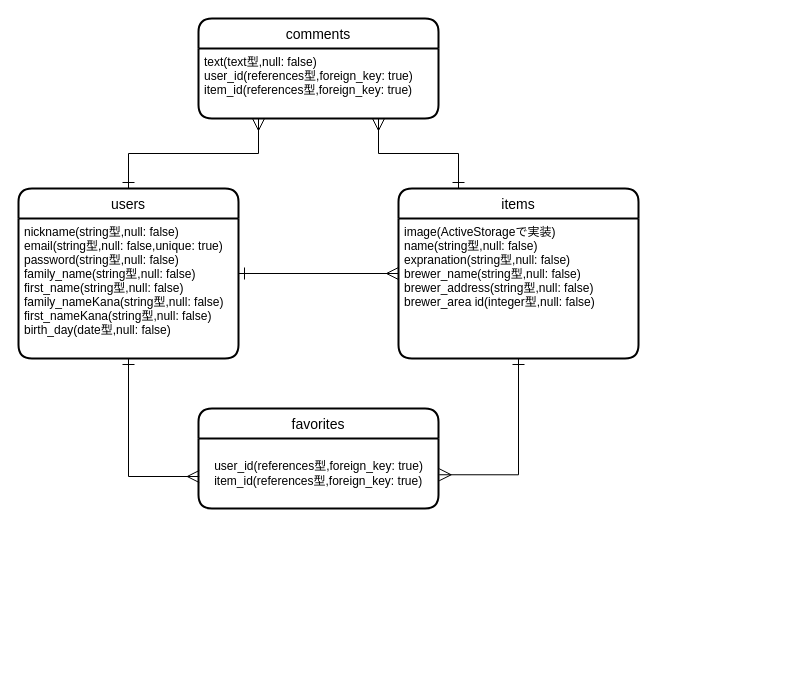
The draw.io diagram er.dio in Nock32/sakelike, before the edit. Source tidied: cells renumbered, new cells numbered last; positions are measured from the earlier drawing's top-left corner, leaving out a move shared by most shapes. Both pictures are drawn from the tidied source at 100%, with x=0, y=0 at pixel (18, 18).
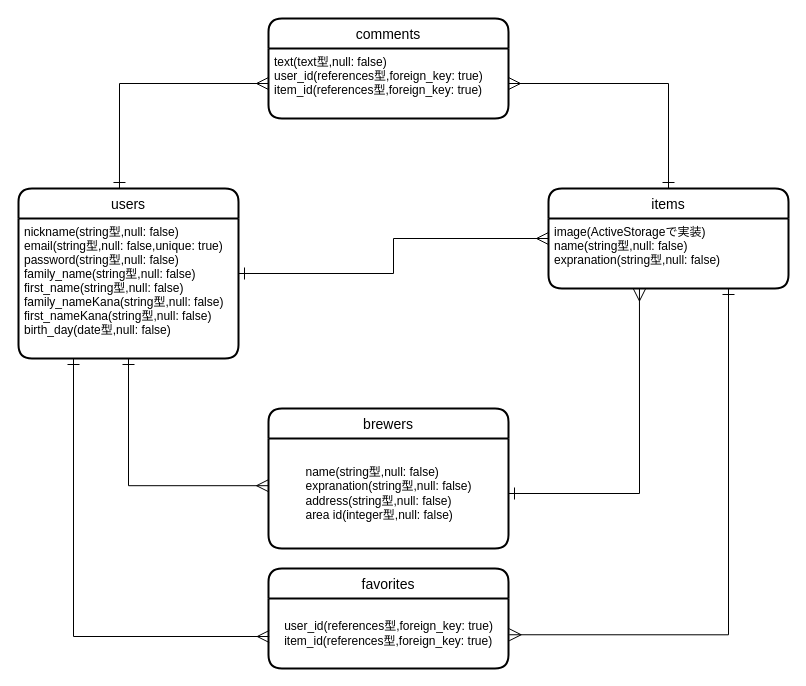
After the change.

What changed in the source:
```diff
@@
 <mxGraphModel>
   <root>
     <mxCell id="0" />
     <mxCell id="1" parent="0" />
-    <mxCell id="2" style="edgeStyle=orthogonalEdgeStyle;rounded=0;jettySize=auto;html=1;entryX=0.003;entryY=0.543;entryDx=0;entryDy=0;entryPerimeter=0;startArrow=ERone;startFill=0;endArrow=ERmany;endFill=0;endSize=10;startSize=10;" parent="1" edge="1" source="5" target="13">
+    <mxCell id="2" style="edgeStyle=orthogonalEdgeStyle;rounded=0;jettySize=auto;html=1;entryX=0.003;entryY=0.543;entryDx=0;entryDy=0;entryPerimeter=0;startArrow=ERone;startFill=0;endArrow=ERmany;endFill=0;endSize=10;startSize=10;exitX=0.25;exitY=1;exitDx=0;exitDy=0;" parent="1" edge="1" source="6" target="13">
       <mxGeometry relative="1" as="geometry" />
     </mxCell>
-    <mxCell id="3" style="edgeStyle=orthogonalEdgeStyle;rounded=0;jettySize=auto;html=1;entryX=0.25;entryY=1;entryDx=0;entryDy=0;startArrow=ERone;startFill=0;endArrow=ERmany;endFill=0;strokeWidth=1;endSize=10;startSize=10;" parent="1" edge="1" source="5" target="10">
+    <mxCell id="3" style="edgeStyle=orthogonalEdgeStyle;rounded=0;jettySize=auto;html=1;entryX=0;entryY=0.5;entryDx=0;entryDy=0;startArrow=ERone;startFill=0;endArrow=ERmany;endFill=0;strokeWidth=1;endSize=10;startSize=10;exitX=0.459;exitY=0;exitDx=0;exitDy=0;exitPerimeter=0;" parent="1" edge="1" source="5" target="10">
       <mxGeometry relative="1" as="geometry" />
     </mxCell>
     <mxCell id="4" style="edgeStyle=orthogonalEdgeStyle;rounded=0;jettySize=auto;html=1;entryX=0;entryY=0.5;entryDx=0;entryDy=0;startArrow=ERone;startFill=0;startSize=10;endArrow=ERmany;endFill=0;endSize=10;strokeWidth=1;" parent="1" edge="1" source="5" target="7">
       <mxGeometry relative="1" as="geometry" />
     </mxCell>
     <mxCell id="5" value="users" style="swimlane;horizontal=1;startSize=30;rounded=1;fontSize=14;fontStyle=0;strokeWidth=2;shadow=0;dashed=0;align=center;" parent="1" vertex="1">
       <mxGeometry y="170" width="220" height="170" as="geometry" />
     </mxCell>
     <mxCell id="6" value="nickname(string型,null: false)&#10;email(string型,null: false,unique: true)&#10;password(string型,null: false)&#10;family_name(string型,null: false)&#10;first_name(string型,null: false)&#10;family_nameKana(string型,null: false)&#10;first_nameKana(string型,null: false)&#10;birth_day(date型,null: false)&#10;" style="align=left;strokeColor=none;fillColor=none;spacingLeft=4;fontSize=12;verticalAlign=top;" parent="5" vertex="1">
       <mxGeometry y="30" width="220" height="140" as="geometry" />
     </mxCell>
     <mxCell id="7" value="items" style="swimlane;horizontal=1;startSize=30;rounded=1;fontSize=14;fontStyle=0;strokeWidth=2;shadow=0;dashed=0;align=center;" parent="1" vertex="1">
-      <mxGeometry x="380" y="170" width="240" height="170" as="geometry" />
+      <mxGeometry x="530" y="170" width="240" height="100" as="geometry" />
     </mxCell>
-    <mxCell id="8" value="image(ActiveStorageで実装)&#10;name(string型,null: false)&#10;expranation(string型,null: false)&#10;brewer_name(string型,null: false)&#10;brewer_address(string型,null: false)&#10;brewer_area id(integer型,null: false)&#10;" style="align=left;strokeColor=none;fillColor=none;spacingLeft=4;fontSize=12;verticalAlign=top;" parent="7" vertex="1">
-      <mxGeometry y="30" width="240" height="140" as="geometry" />
+    <mxCell id="8" value="image(ActiveStorageで実装)&#10;name(string型,null: false)&#10;expranation(string型,null: false)&#10;&#10;" style="align=left;strokeColor=none;fillColor=none;spacingLeft=4;fontSize=12;verticalAlign=top;" parent="7" vertex="1">
+      <mxGeometry y="30" width="240" height="70" as="geometry" />
     </mxCell>
     <mxCell id="9" value="comments" style="swimlane;horizontal=1;startSize=30;rounded=1;fontSize=14;fontStyle=0;strokeWidth=2;shadow=0;dashed=0;align=center;" parent="1" vertex="1">
-      <mxGeometry x="180" width="240" height="100" as="geometry" />
+      <mxGeometry x="250" width="240" height="100" as="geometry" />
     </mxCell>
     <mxCell id="10" value="text(text型,null: false)&#10;user_id(references型,foreign_key: true)&#10;item_id(references型,foreign_key: true)&#10;" style="align=left;strokeColor=none;fillColor=none;spacingLeft=4;fontSize=12;verticalAlign=top;" parent="9" vertex="1">
       <mxGeometry y="30" width="240" height="70" as="geometry" />
     </mxCell>
-    <mxCell id="11" style="edgeStyle=orthogonalEdgeStyle;rounded=0;jettySize=auto;html=1;exitX=0.75;exitY=1;exitDx=0;exitDy=0;entryX=0.25;entryY=0;entryDx=0;entryDy=0;startArrow=ERmany;startFill=0;endArrow=ERone;endFill=0;startSize=10;endSize=10;" parent="1" edge="1" source="10" target="7">
+    <mxCell id="11" style="edgeStyle=orthogonalEdgeStyle;rounded=0;jettySize=auto;html=1;exitX=1;exitY=0.5;exitDx=0;exitDy=0;entryX=0.5;entryY=0;entryDx=0;entryDy=0;startArrow=ERmany;startFill=0;endArrow=ERone;endFill=0;startSize=10;endSize=10;" parent="1" edge="1" source="10" target="7">
       <mxGeometry relative="1" as="geometry" />
     </mxCell>
     <mxCell id="12" value="favorites" style="swimlane;horizontal=1;startSize=30;rounded=1;fontSize=14;fontStyle=0;strokeWidth=2;shadow=0;dashed=0;align=center;" parent="1" vertex="1">
-      <mxGeometry x="180" y="390" width="240" height="100" as="geometry" />
+      <mxGeometry x="250" y="550" width="240" height="100" as="geometry" />
     </mxCell>
     <mxCell id="13" value="&lt;div style=&quot;text-align: left&quot;&gt;&lt;span&gt;user_id(references型,foreign_key: true)&lt;/span&gt;&lt;/div&gt;&lt;div style=&quot;text-align: left&quot;&gt;&lt;span&gt;item_id(references型,foreign_key: true)&lt;/span&gt;&lt;/div&gt;" style="text;html=1;align=center;verticalAlign=middle;points=[];" parent="12" vertex="1">
       <mxGeometry y="30" width="240" height="70" as="geometry" />
     </mxCell>
-    <mxCell id="14" style="edgeStyle=orthogonalEdgeStyle;rounded=0;jettySize=auto;html=1;entryX=1.003;entryY=0.518;entryDx=0;entryDy=0;entryPerimeter=0;startArrow=ERone;startFill=0;endArrow=ERmany;endFill=0;endSize=10;startSize=10;" parent="1" edge="1" source="8" target="13">
+    <mxCell id="14" style="edgeStyle=orthogonalEdgeStyle;rounded=0;jettySize=auto;html=1;entryX=1.003;entryY=0.518;entryDx=0;entryDy=0;entryPerimeter=0;startArrow=ERone;startFill=0;endArrow=ERmany;endFill=0;endSize=10;startSize=10;exitX=0.75;exitY=1;exitDx=0;exitDy=0;" parent="1" edge="1" source="8" target="13">
       <mxGeometry relative="1" as="geometry" />
     </mxCell>
+    <mxCell id="15" value="brewers" style="swimlane;horizontal=1;startSize=30;rounded=1;fontSize=14;fontStyle=0;strokeWidth=2;shadow=0;dashed=0;align=center;" parent="1" vertex="1">
+      <mxGeometry x="250" y="390" width="240" height="140" as="geometry" />
+    </mxCell>
+    <mxCell id="16" value="&lt;div style=&quot;text-align: left&quot;&gt;name(string型,null: false)&lt;/div&gt;&lt;div style=&quot;text-align: left&quot;&gt;expranation(string型,null: false)&lt;br&gt;address(string型,null: false)&lt;br style=&quot;padding: 0px ; margin: 0px&quot;&gt;area id(integer型,null: false)&lt;br&gt;&lt;/div&gt;" style="text;html=1;align=center;verticalAlign=middle;points=[];" parent="15" vertex="1">
+      <mxGeometry y="30" width="240" height="110" as="geometry" />
+    </mxCell>
+    <mxCell id="17" style="edgeStyle=orthogonalEdgeStyle;rounded=0;jettySize=auto;html=1;exitX=0.5;exitY=1;exitDx=0;exitDy=0;entryX=0;entryY=0.429;entryDx=0;entryDy=0;entryPerimeter=0;startArrow=ERone;startFill=0;endArrow=ERmany;endFill=0;endSize=10;startSize=10;" parent="1" edge="1" source="6" target="16">
+      <mxGeometry relative="1" as="geometry" />
+    </mxCell>
+    <mxCell id="18" style="edgeStyle=orthogonalEdgeStyle;rounded=0;jettySize=auto;html=1;entryX=0.379;entryY=1.007;entryDx=0;entryDy=0;entryPerimeter=0;startArrow=ERone;startFill=0;endArrow=ERmany;endFill=0;endSize=10;startSize=10;" parent="1" edge="1" source="16" target="8">
+      <mxGeometry relative="1" as="geometry" />
+    </mxCell>
   </root>
 </mxGraphModel>
```
